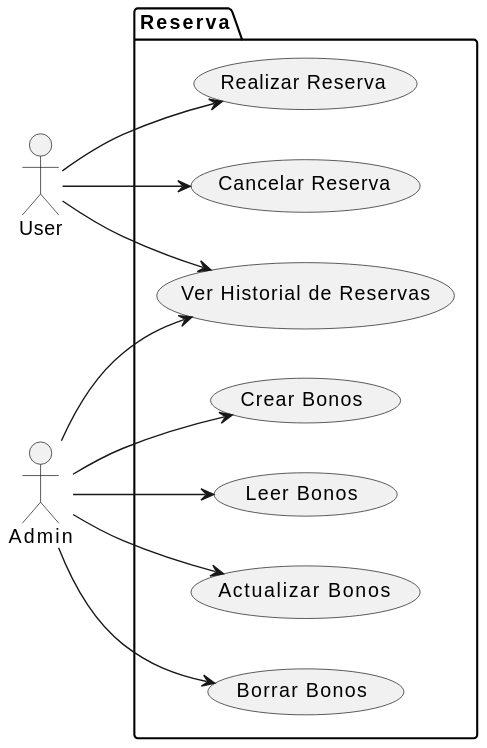
Above: CasosDeUso/CasosDeUso/Imagenes/Reserva.svg in pablarce/23-24-IdSw1-SDR (PlantUML), before the change. Source of this version:
```plantuml
@startuml
left to right direction

actor User as U
actor Admin as A


package Reserva{

    usecase "Realizar Reserva" as UC1
    usecase "Cancelar Reserva" as UC2
    usecase "Ver Historial de Reservas" as UC3
    usecase "Crear Bonos" as UC4
    usecase "Leer Bonos" as UC5
    usecase "Actualizar  Bonos" as UC6
    usecase "Borrar Bonos" as UC7
}

U --> UC1
U -->UC2
U -->UC3

A-->UC3
A --> UC4
A --> UC5
A --> UC6
A --> UC7
@enduml
```
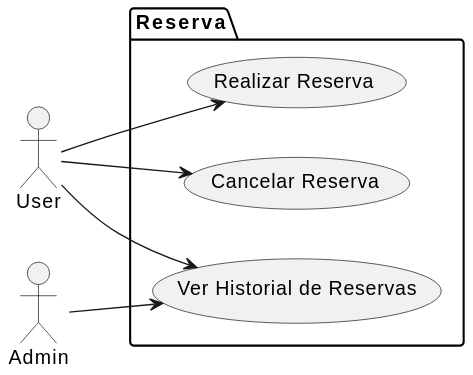
The same file after the commit.

What changed in the source:
```diff
@@ -10,10 +10,6 @@
     usecase "Realizar Reserva" as UC1
     usecase "Cancelar Reserva" as UC2
     usecase "Ver Historial de Reservas" as UC3
-    usecase "Crear Bonos" as UC4
-    usecase "Leer Bonos" as UC5
-    usecase "Actualizar  Bonos" as UC6
-    usecase "Borrar Bonos" as UC7
 }
 
 U --> UC1
@@ -21,8 +17,4 @@
 U -->UC3
 
 A-->UC3
-A --> UC4
-A --> UC5
-A --> UC6
-A --> UC7
 @enduml
```
